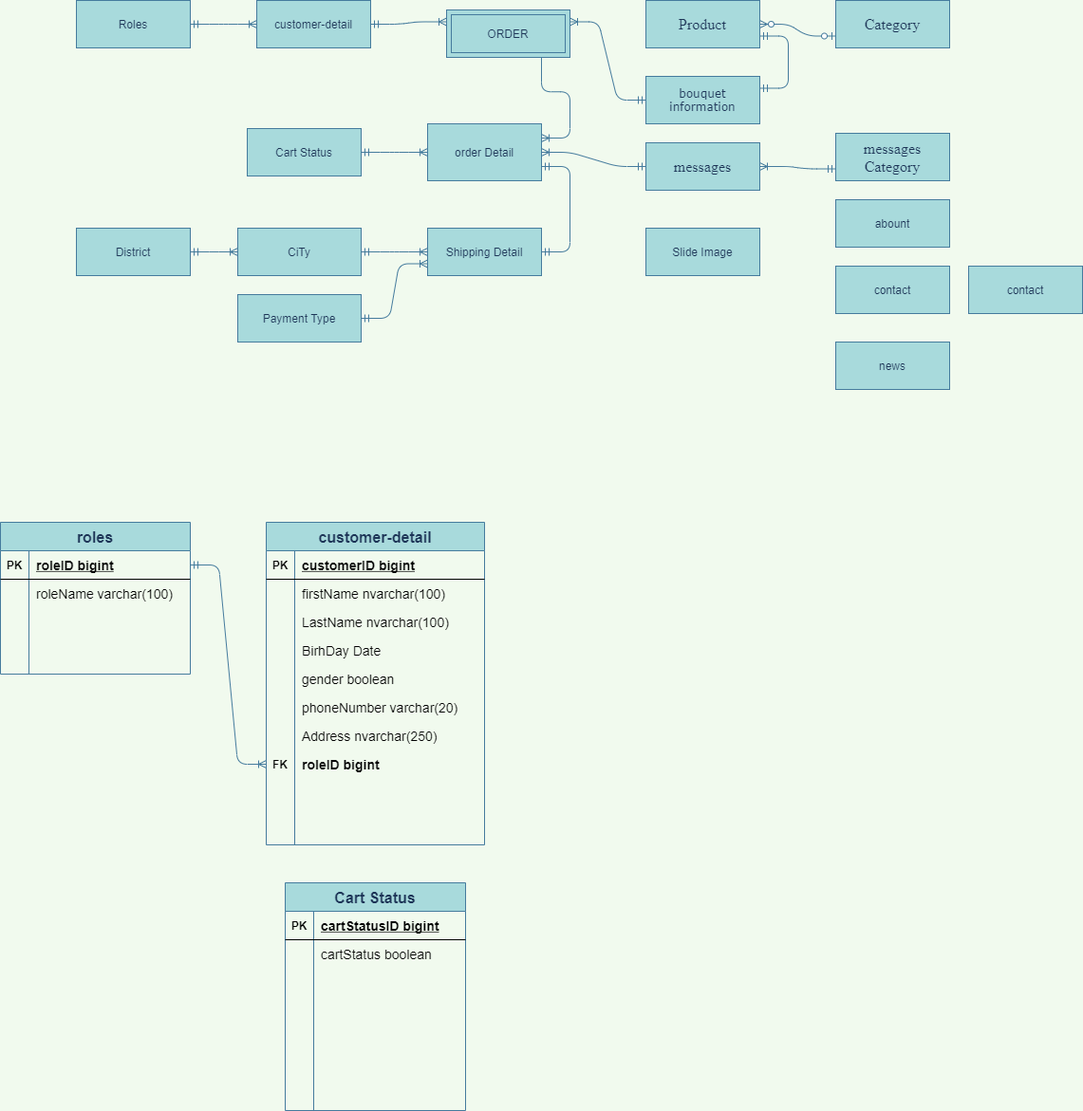
The draw.io diagram Untitled Diagram.png in maialino123/Eproject-SEM3, before a commit. Source tidied: cells renumbered, new cells last; positions are measured from the earlier drawing's top-left corner, leaving out a move shared by most shapes.
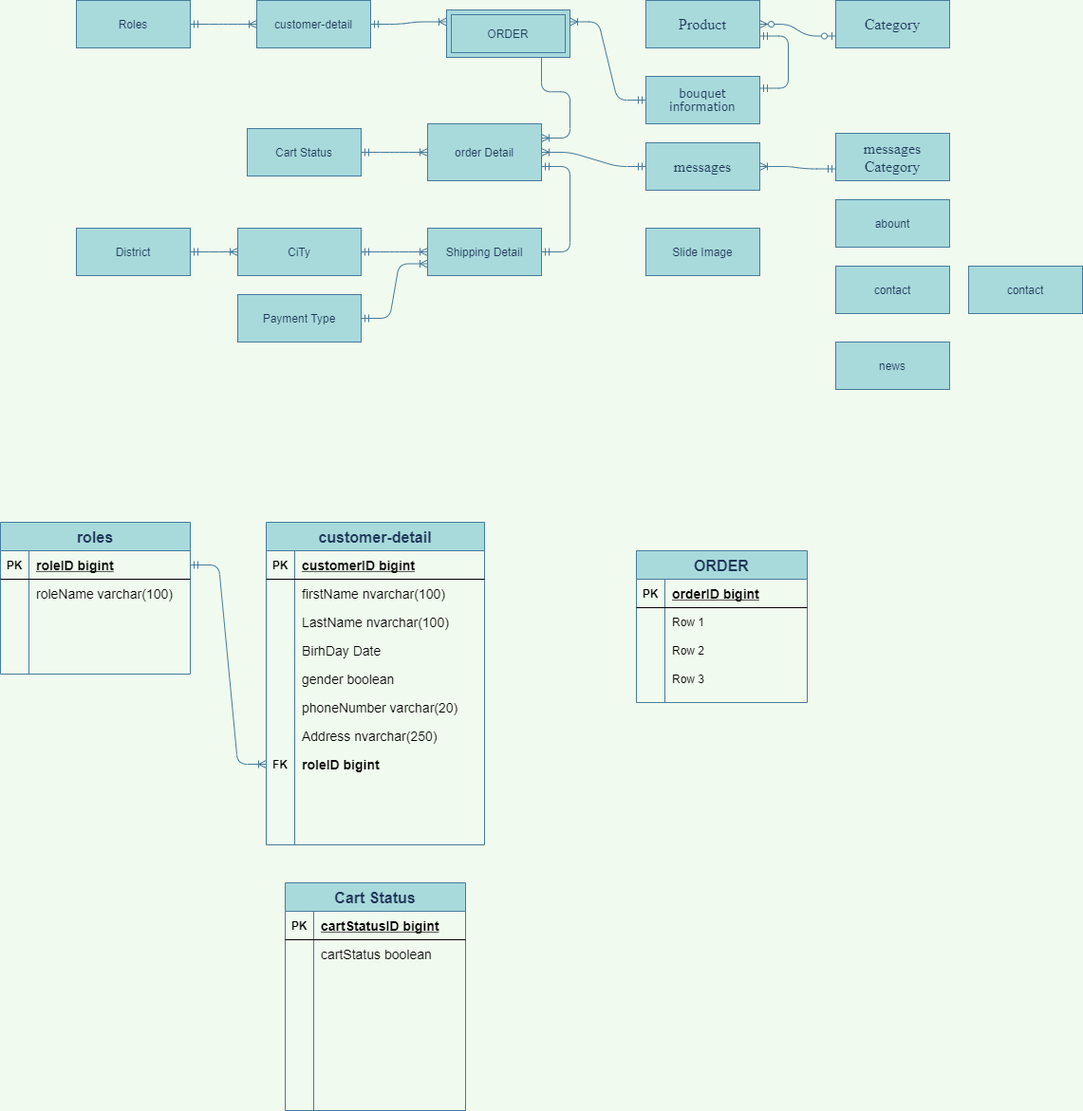
After the commit.

Change to the diagram source:
```diff
@@ -281,5 +281,44 @@
     <mxCell id="94" style="edgeStyle=entityRelationEdgeStyle;fontSize=12;html=1;endArrow=ERoneToMany;startArrow=ERmandOne;fontColor=#1D3557;strokeColor=#457B9D;fillColor=#A8DADC;labelBackgroundColor=#F1FAEE;exitX=1;exitY=0.5;exitDx=0;exitDy=0;entryX=0;entryY=0.5;entryDx=0;entryDy=0;" parent="1" edge="1" source="35" target="69">
       <mxGeometry relative="1" as="geometry" />
     </mxCell>
+    <mxCell id="95" value="ORDER" style="shape=table;startSize=30;rowLines=0;fontStyle=1;align=center;rounded=0;sketch=0;fontSize=16;fontColor=#1D3557;strokeColor=#457B9D;fillColor=#A8DADC;" parent="1" vertex="1">
+      <mxGeometry x="670" y="580" width="180" height="160" as="geometry" />
+    </mxCell>
+    <mxCell id="96" style="shape=partialRectangle;fillColor=none;top=0;left=0;bottom=1;right=0;" parent="95" vertex="1">
+      <mxGeometry y="30" width="180" height="30" as="geometry" />
+    </mxCell>
+    <mxCell id="97" value="PK" style="shape=partialRectangle;fillColor=none;top=0;left=0;bottom=0;right=0;fontStyle=1;overflow=hidden;" parent="96" vertex="1">
+      <mxGeometry width="30" height="30" as="geometry" />
+    </mxCell>
+    <mxCell id="98" value="orderID bigint" style="shape=partialRectangle;fillColor=none;top=0;left=0;bottom=0;right=0;align=left;spacingLeft=6;fontStyle=5;overflow=hidden;fontSize=14;" parent="96" vertex="1">
+      <mxGeometry x="30" width="150" height="30" as="geometry" />
+    </mxCell>
+    <mxCell id="99" style="shape=partialRectangle;fillColor=none;top=0;left=0;bottom=0;right=0;" parent="95" vertex="1">
+      <mxGeometry y="60" width="180" height="30" as="geometry" />
+    </mxCell>
+    <mxCell id="100" style="shape=partialRectangle;fillColor=none;top=0;left=0;bottom=0;right=0;overflow=hidden;" parent="99" vertex="1">
+      <mxGeometry width="30" height="30" as="geometry" />
+    </mxCell>
+    <mxCell id="101" value="Row 1" style="shape=partialRectangle;fillColor=none;top=0;left=0;bottom=0;right=0;align=left;spacingLeft=6;overflow=hidden;" parent="99" vertex="1">
+      <mxGeometry x="30" width="150" height="30" as="geometry" />
+    </mxCell>
+    <mxCell id="102" style="shape=partialRectangle;fillColor=none;top=0;left=0;bottom=0;right=0;" parent="95" vertex="1">
+      <mxGeometry y="90" width="180" height="30" as="geometry" />
+    </mxCell>
+    <mxCell id="103" style="shape=partialRectangle;fillColor=none;top=0;left=0;bottom=0;right=0;overflow=hidden;" parent="102" vertex="1">
+      <mxGeometry width="30" height="30" as="geometry" />
+    </mxCell>
+    <mxCell id="104" value="Row 2" style="shape=partialRectangle;fillColor=none;top=0;left=0;bottom=0;right=0;align=left;spacingLeft=6;overflow=hidden;" parent="102" vertex="1">
+      <mxGeometry x="30" width="150" height="30" as="geometry" />
+    </mxCell>
+    <mxCell id="105" style="shape=partialRectangle;fillColor=none;top=0;left=0;bottom=0;right=0;" parent="95" vertex="1">
+      <mxGeometry y="120" width="180" height="30" as="geometry" />
+    </mxCell>
+    <mxCell id="106" style="shape=partialRectangle;fillColor=none;top=0;left=0;bottom=0;right=0;overflow=hidden;" parent="105" vertex="1">
+      <mxGeometry width="30" height="30" as="geometry" />
+    </mxCell>
+    <mxCell id="107" value="Row 3" style="shape=partialRectangle;fillColor=none;top=0;left=0;bottom=0;right=0;align=left;spacingLeft=6;overflow=hidden;" parent="105" vertex="1">
+      <mxGeometry x="30" width="150" height="30" as="geometry" />
+    </mxCell>
   </root>
 </mxGraphModel>
```
